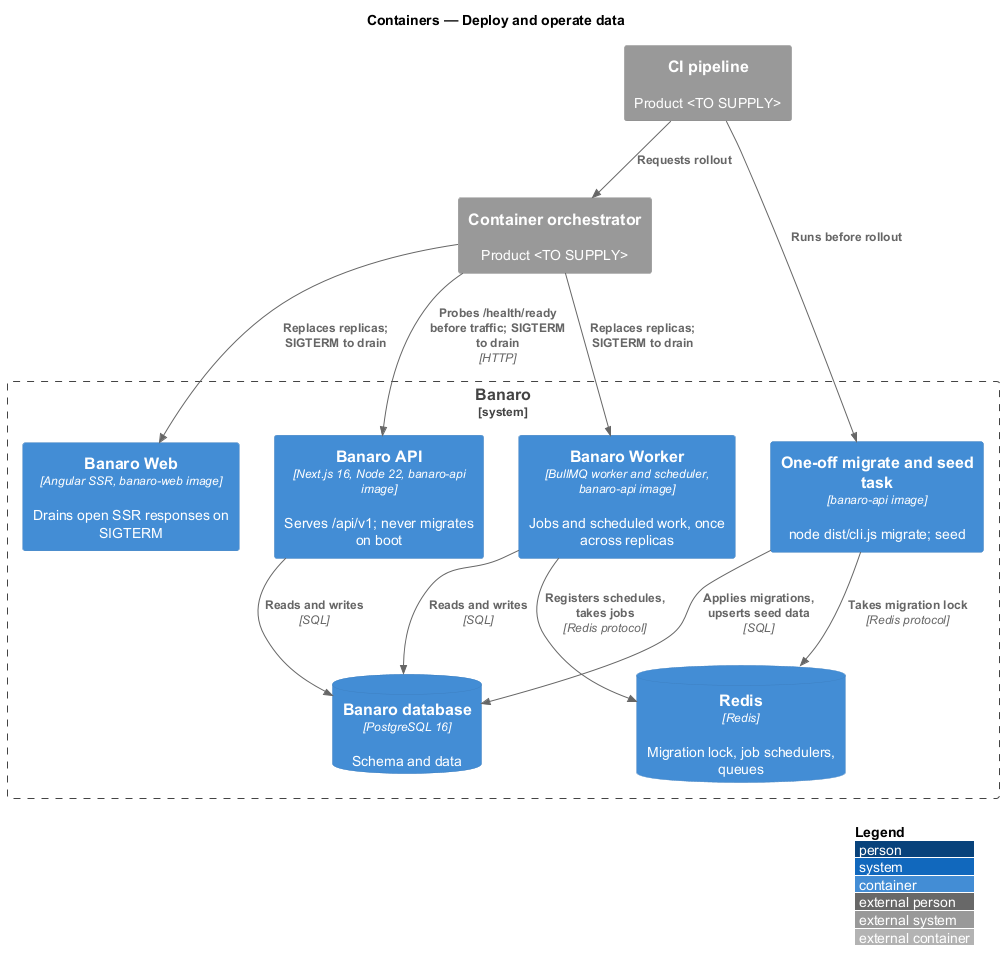
Earlier version of the PlantUML export docs/detailed-designs/operations/deploy-and-operate-data/diagrams/c4-container.png (QuinntyneBrown/banaro). Its diagram source:
```plantuml
@startuml
!include <C4/C4_Container>
LAYOUT_WITH_LEGEND()
title Containers — Deploy and operate data

System_Ext(pipeline, "CI pipeline", "Product <TO SUPPLY>")
System_Ext(orchestrator, "Container orchestrator", "Product <TO SUPPLY>")

System_Boundary(banaro, "Banaro") {
  Container(migrator, "One-off migrate and seed task", "banaro-api image", "node dist/cli.js migrate; seed")
  Container(api, "Banaro API", "Next.js 16, Node 22, banaro-api image", "Serves /api/v1; never migrates on boot")
  Container(worker, "Banaro Worker", "BullMQ worker and scheduler, banaro-api image", "Jobs and scheduled work, once across replicas")
  Container(web, "Banaro Web", "Angular SSR, banaro-web image", "Drains open SSR responses on SIGTERM")
  ContainerDb(db, "Banaro database", "PostgreSQL 16", "Schema and data")
  ContainerDb(redis, "Redis", "Redis", "Migration lock, job schedulers, queues")
}

Rel(pipeline, migrator, "Runs before rollout")
Rel(migrator, db, "Applies migrations, upserts seed data", "SQL")
Rel(migrator, redis, "Takes migration lock", "Redis protocol")
Rel(pipeline, orchestrator, "Requests rollout")
Rel(orchestrator, api, "Probes /health/ready before traffic; SIGTERM to drain", "HTTP")
Rel(orchestrator, worker, "Replaces replicas; SIGTERM to drain")
Rel(orchestrator, web, "Replaces replicas; SIGTERM to drain")
Rel(api, db, "Reads and writes", "SQL")
Rel(worker, redis, "Registers schedules, takes jobs", "Redis protocol")
Rel(worker, db, "Reads and writes", "SQL")
@enduml
```
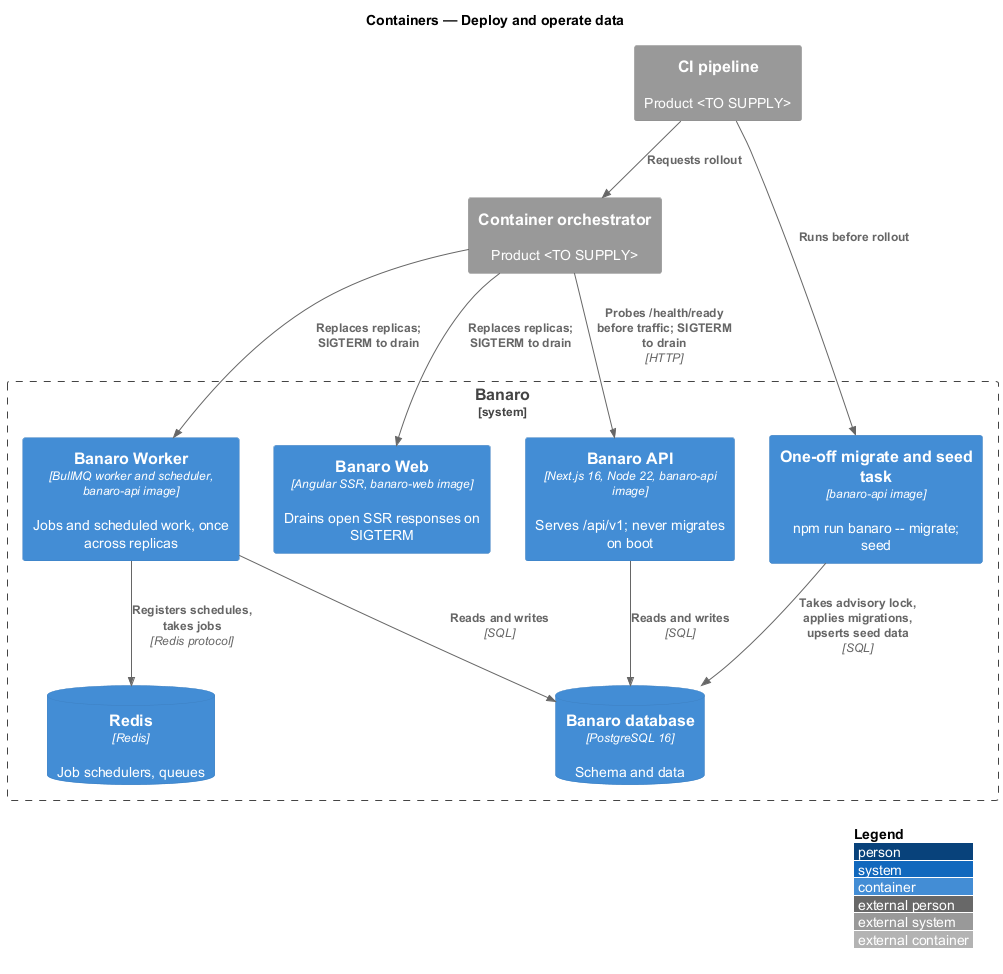
Later version of the same file.

Diff of the diagram source:
```diff
@@ -7,17 +7,16 @@
 System_Ext(orchestrator, "Container orchestrator", "Product <TO SUPPLY>")
 
 System_Boundary(banaro, "Banaro") {
-  Container(migrator, "One-off migrate and seed task", "banaro-api image", "node dist/cli.js migrate; seed")
+  Container(migrator, "One-off migrate and seed task", "banaro-api image", "npm run banaro -- migrate; seed")
   Container(api, "Banaro API", "Next.js 16, Node 22, banaro-api image", "Serves /api/v1; never migrates on boot")
   Container(worker, "Banaro Worker", "BullMQ worker and scheduler, banaro-api image", "Jobs and scheduled work, once across replicas")
   Container(web, "Banaro Web", "Angular SSR, banaro-web image", "Drains open SSR responses on SIGTERM")
   ContainerDb(db, "Banaro database", "PostgreSQL 16", "Schema and data")
-  ContainerDb(redis, "Redis", "Redis", "Migration lock, job schedulers, queues")
+  ContainerDb(redis, "Redis", "Redis", "Job schedulers, queues")
 }
 
 Rel(pipeline, migrator, "Runs before rollout")
-Rel(migrator, db, "Applies migrations, upserts seed data", "SQL")
-Rel(migrator, redis, "Takes migration lock", "Redis protocol")
+Rel(migrator, db, "Takes advisory lock, applies migrations, upserts seed data", "SQL")
 Rel(pipeline, orchestrator, "Requests rollout")
 Rel(orchestrator, api, "Probes /health/ready before traffic; SIGTERM to drain", "HTTP")
 Rel(orchestrator, worker, "Replaces replicas; SIGTERM to drain")
```
